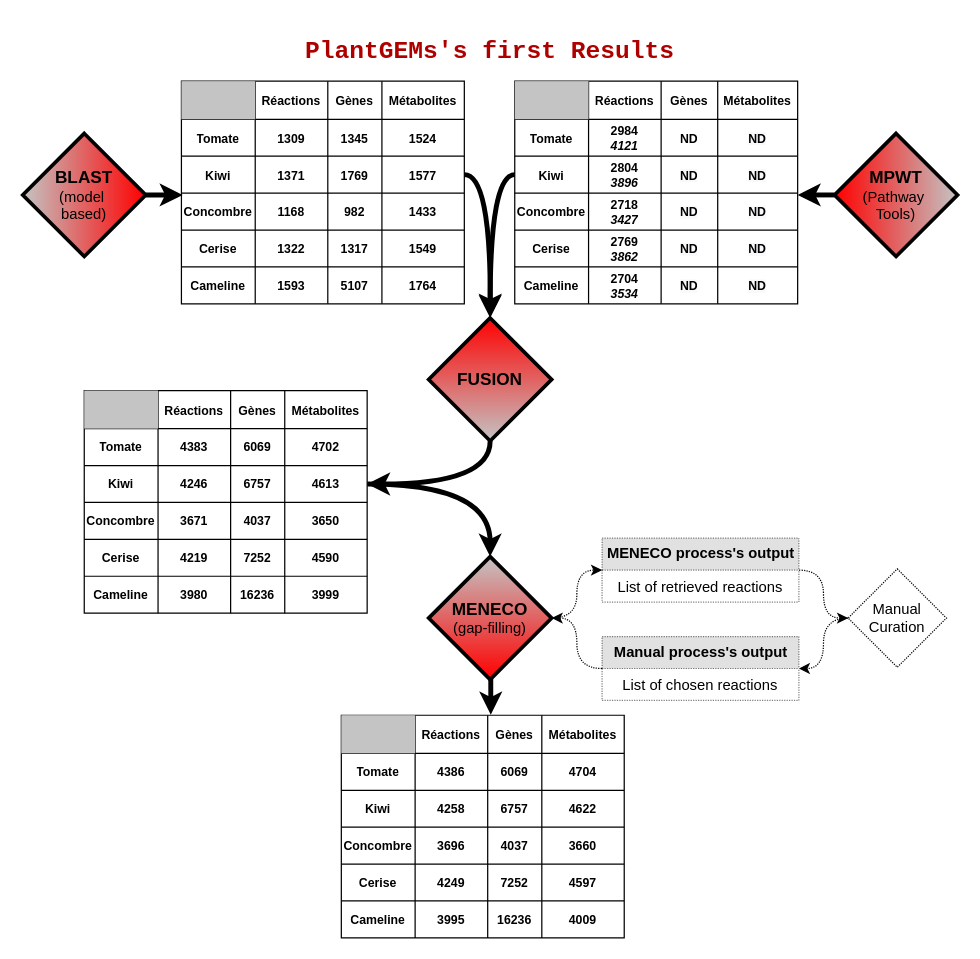
Above: PlantGEMsValues.drawio in AsaLap/PlantGEMs (draw.io), before the change. Source tidied: cells renumbered, new cells numbered last; positions are measured from the earlier drawing's top-left corner, leaving out a move shared by most shapes. Both pictures are drawn from the tidied source at 123%, with x=0, y=0 at pixel (22, 33).
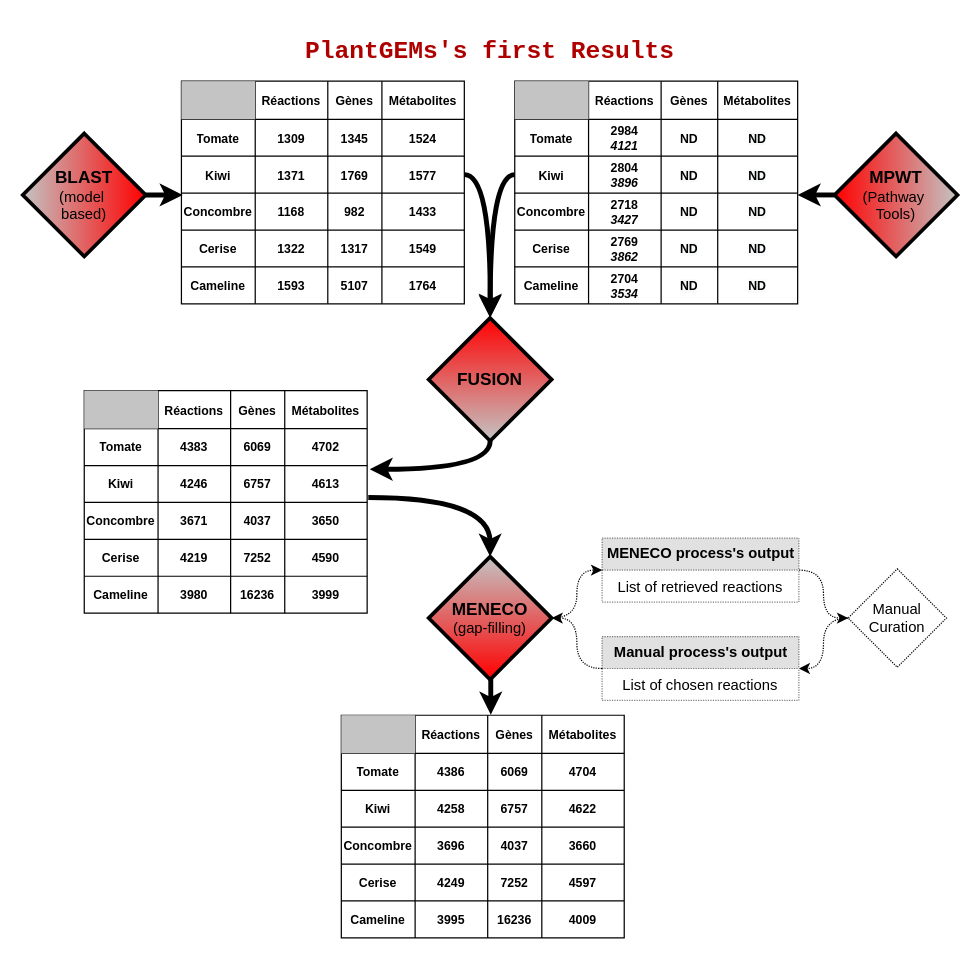
The same page after the edit.

The change refers to these unchanged cells:
```xml
<mxCell id="68" value="&lt;b&gt;&lt;font style=&quot;font-size: 14px&quot;&gt;FUSION&lt;/font&gt;&lt;/b&gt;" style="rhombus;whiteSpace=wrap;html=1;strokeWidth=3;fillColor=#FF0000;gradientColor=#C4C4C4;" parent="1" vertex="1">
  <mxGeometry x="330" y="231" width="100" height="100" as="geometry" />
</mxCell>
<mxCell id="70" value="&lt;b&gt;&lt;font style=&quot;font-size: 14px&quot;&gt;MENECO&lt;/font&gt;&lt;/b&gt;&lt;br&gt;(gap-filling)" style="rhombus;whiteSpace=wrap;html=1;rounded=0;strokeWidth=3;gradientDirection=north;gradientColor=#C4C4C4;fillColor=#FF0000;" parent="1" vertex="1">
  <mxGeometry x="330" y="425" width="100" height="100" as="geometry" />
</mxCell>
<mxCell id="127" style="shape=partialRectangle;html=1;whiteSpace=wrap;fillColor=none;top=0;left=0;bottom=0;right=0;points=[[0,0.5],[1,0.5]];portConstraint=eastwest;fontSize=10;fontStyle=1;" parent="116" vertex="1">
  <mxGeometry y="61" width="230" height="30" as="geometry" />
</mxCell>
<mxCell id="132" style="shape=partialRectangle;html=1;whiteSpace=wrap;fillColor=none;top=0;left=0;bottom=0;right=0;points=[[0,0.5],[1,0.5]];portConstraint=eastwest;fontSize=10;fontStyle=1;" parent="116" vertex="1">
  <mxGeometry y="91" width="230" height="30" as="geometry" />
</mxCell>
```

Change to the diagram source:
```diff
@@
-    <mxCell id="67" style="edgeStyle=orthogonalEdgeStyle;curved=1;jettySize=auto;html=1;startArrow=none;startFill=0;fontColor=#6F0000;strokeWidth=4;entryX=1;entryY=0.5;entryDx=0;entryDy=0;exitX=0.5;exitY=1;exitDx=0;exitDy=0;" parent="1" edge="1" source="68" target="127">
+    <mxCell id="67" style="edgeStyle=orthogonalEdgeStyle;curved=1;jettySize=auto;html=1;startArrow=none;startFill=0;fontColor=#6F0000;strokeWidth=4;entryX=1.009;entryY=0.1;entryDx=0;entryDy=0;exitX=0.5;exitY=1;exitDx=0;exitDy=0;entryPerimeter=0;" parent="1" edge="1" source="68" target="127">
       <mxGeometry relative="1" as="geometry" />
     </mxCell>
@@
-    <mxCell id="73" style="edgeStyle=orthogonalEdgeStyle;curved=1;jettySize=auto;html=1;entryX=0.5;entryY=0;entryDx=0;entryDy=0;startArrow=none;startFill=0;fillColor=#a20025;strokeWidth=4;fontColor=#AF0000;exitX=1;exitY=0.5;exitDx=0;exitDy=0;" parent="1" edge="1" source="127" target="70">
+    <mxCell id="73" style="edgeStyle=orthogonalEdgeStyle;curved=1;jettySize=auto;html=1;entryX=0.5;entryY=0;entryDx=0;entryDy=0;startArrow=none;startFill=0;fillColor=#a20025;strokeWidth=4;fontColor=#AF0000;exitX=1.004;exitY=-0.133;exitDx=0;exitDy=0;exitPerimeter=0;" parent="1" edge="1" source="132" target="70">
       <mxGeometry relative="1" as="geometry" />
     </mxCell>
```
